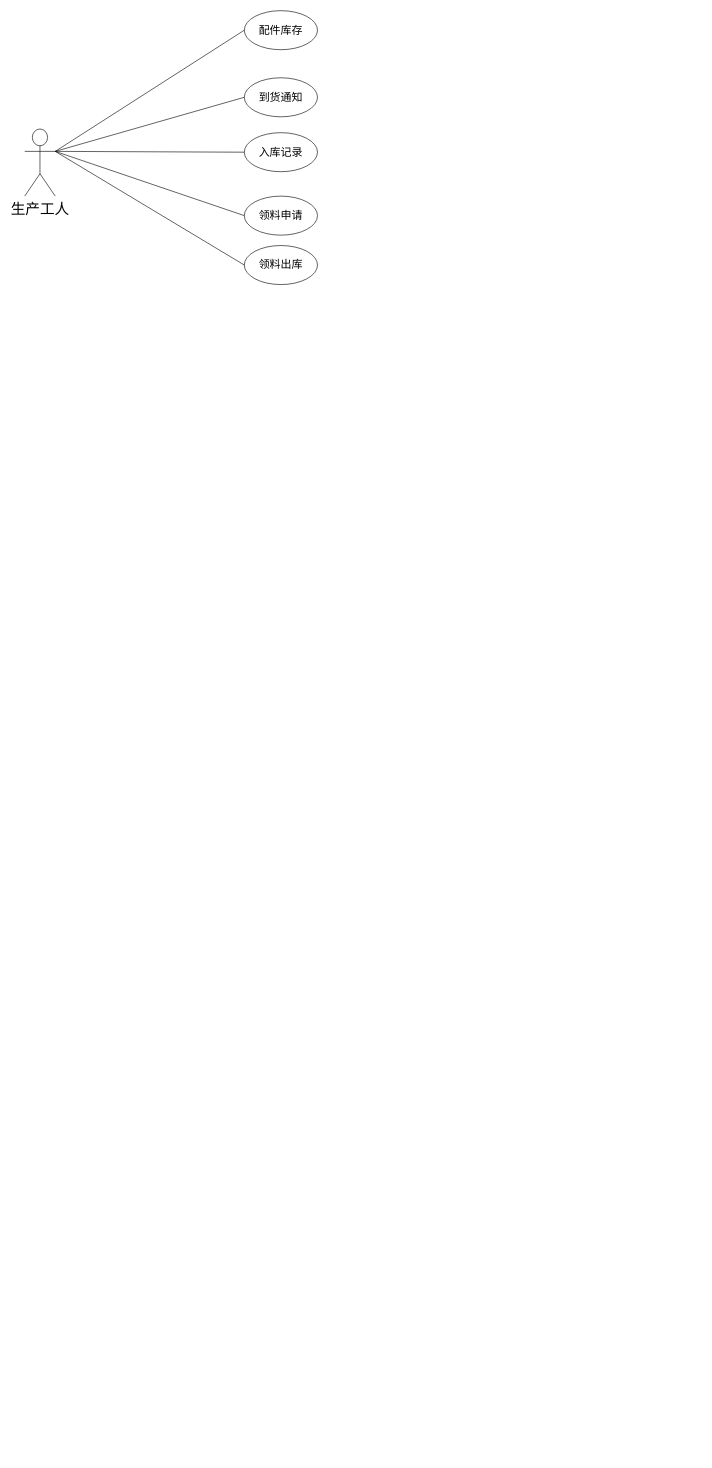
000Ljx/Endorphins keeps this draw.io diagram as 用例图.drawio. Above is the earlier version. Source tidied: cells renumbered, new cells numbered last; positions are measured from the earlier drawing's top-left corner, leaving out a move shared by most shapes. Both pictures are drawn from the tidied source at 61%, with x=0, y=0 at pixel (24, 10).
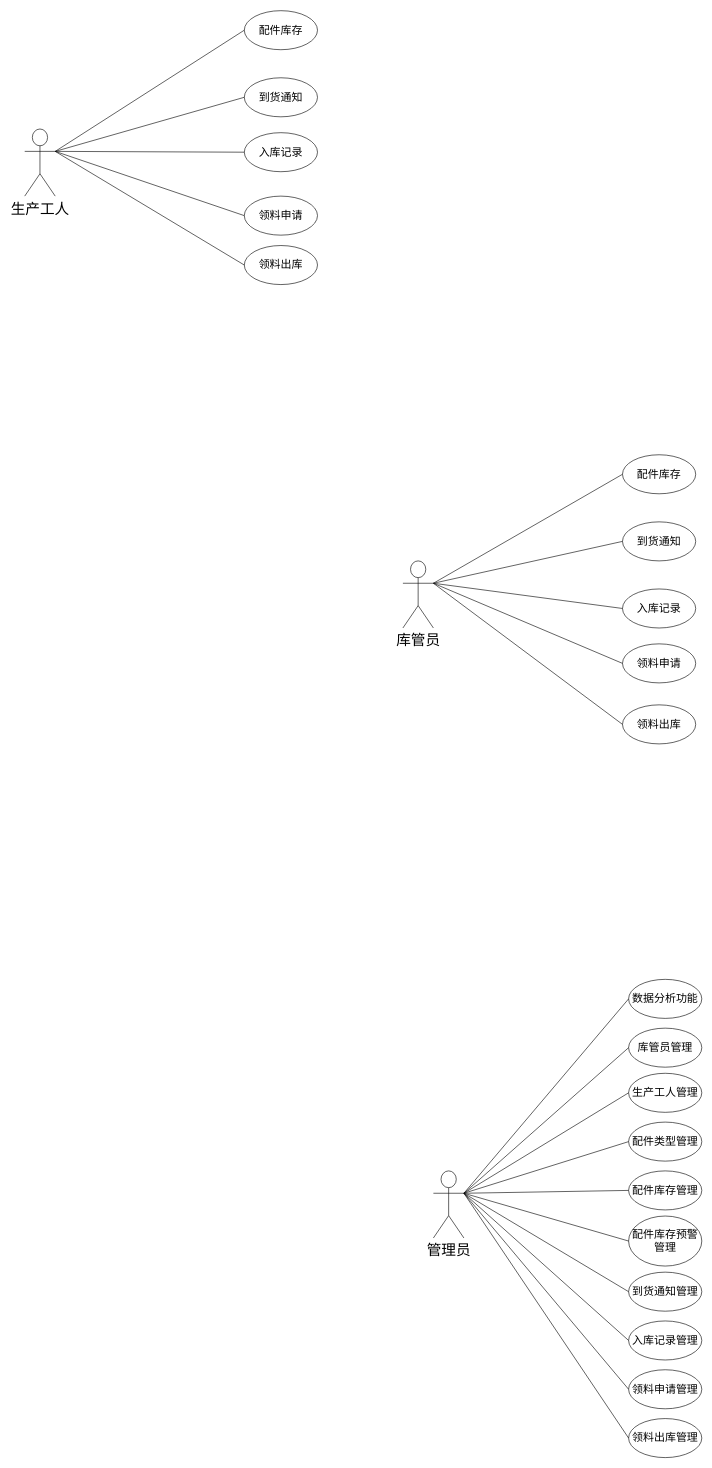
The same page after the edit.

Commit message (it also covers changes not shown here):
更新用例图.drawio

Diff of the diagram source:
```diff
@@
+    <mxCell id="13" value="&lt;font style=&quot;font-size: 24px;&quot;&gt;管理员&lt;/font&gt;" style="shape=umlActor;verticalLabelPosition=bottom;verticalAlign=top;html=1;outlineConnect=0;" parent="1" vertex="1">
+      <mxGeometry x="670" y="1902" width="50" height="110" as="geometry" />
+    </mxCell>
+    <mxCell id="14" value="&lt;font style=&quot;font-size: 18px;&quot;&gt;数据分析功能&lt;/font&gt;" style="ellipse;whiteSpace=wrap;html=1;" parent="1" vertex="1">
+      <mxGeometry x="990" y="1588" width="120" height="64" as="geometry" />
+    </mxCell>
+    <mxCell id="15" value="&lt;font style=&quot;font-size: 18px;&quot;&gt;库管员管理&lt;/font&gt;" style="ellipse;whiteSpace=wrap;html=1;" parent="1" vertex="1">
+      <mxGeometry x="990" y="1668" width="120" height="64" as="geometry" />
+    </mxCell>
+    <mxCell id="16" value="&lt;font style=&quot;font-size: 18px;&quot;&gt;生产工人管理&lt;/font&gt;" style="ellipse;whiteSpace=wrap;html=1;" parent="1" vertex="1">
+      <mxGeometry x="990" y="1742" width="120" height="64" as="geometry" />
+    </mxCell>
+    <mxCell id="17" value="&lt;font style=&quot;font-size: 18px;&quot;&gt;配件类型管理&lt;/font&gt;" style="ellipse;whiteSpace=wrap;html=1;" parent="1" vertex="1">
+      <mxGeometry x="990" y="1822" width="120" height="64" as="geometry" />
+    </mxCell>
+    <mxCell id="18" value="&lt;font style=&quot;font-size: 18px;&quot;&gt;配件库存管理&lt;/font&gt;" style="ellipse;whiteSpace=wrap;html=1;" parent="1" vertex="1">
+      <mxGeometry x="990" y="1902" width="120" height="64" as="geometry" />
+    </mxCell>
+    <mxCell id="19" value="&lt;font style=&quot;font-size: 18px;&quot;&gt;配件库存预警管理&lt;/font&gt;" style="ellipse;whiteSpace=wrap;html=1;" parent="1" vertex="1">
+      <mxGeometry x="990" y="1976" width="120" height="82" as="geometry" />
+    </mxCell>
+    <mxCell id="20" value="&lt;font style=&quot;font-size: 18px;&quot;&gt;到货通知管理&lt;/font&gt;" style="ellipse;whiteSpace=wrap;html=1;" parent="1" vertex="1">
+      <mxGeometry x="990" y="2068" width="120" height="64" as="geometry" />
+    </mxCell>
+    <mxCell id="21" value="&lt;font style=&quot;font-size: 18px;&quot;&gt;入库记录管理&lt;/font&gt;" style="ellipse;whiteSpace=wrap;html=1;" parent="1" vertex="1">
+      <mxGeometry x="990" y="2148" width="120" height="64" as="geometry" />
+    </mxCell>
+    <mxCell id="22" value="&lt;font style=&quot;font-size: 18px;&quot;&gt;领料申请管理&lt;/font&gt;" style="ellipse;whiteSpace=wrap;html=1;" parent="1" vertex="1">
+      <mxGeometry x="990" y="2228" width="120" height="64" as="geometry" />
+    </mxCell>
+    <mxCell id="23" value="&lt;font style=&quot;font-size: 18px;&quot;&gt;领料出库管理&lt;/font&gt;" style="ellipse;whiteSpace=wrap;html=1;" parent="1" vertex="1">
+      <mxGeometry x="990" y="2308" width="120" height="64" as="geometry" />
+    </mxCell>
+    <mxCell id="24" style="endArrow=none;html=1;rounded=0;exitX=1;exitY=0.3333333333333333;exitDx=0;exitDy=0;exitPerimeter=0;entryX=0;entryY=0.5;entryDx=0;entryDy=0;" parent="1" edge="1" source="13" target="14">
+      <mxGeometry relative="1" as="geometry" />
+    </mxCell>
+    <mxCell id="25" style="endArrow=none;html=1;rounded=0;exitX=1;exitY=0.3333333333333333;exitDx=0;exitDy=0;exitPerimeter=0;entryX=0;entryY=0.5;entryDx=0;entryDy=0;" parent="1" edge="1" source="13" target="15">
+      <mxGeometry relative="1" as="geometry" />
+    </mxCell>
+    <mxCell id="26" style="endArrow=none;html=1;rounded=0;exitX=1;exitY=0.3333333333333333;exitDx=0;exitDy=0;exitPerimeter=0;entryX=0;entryY=0.5;entryDx=0;entryDy=0;" parent="1" edge="1" source="13" target="16">
+      <mxGeometry relative="1" as="geometry" />
+    </mxCell>
+    <mxCell id="27" style="endArrow=none;html=1;rounded=0;exitX=1;exitY=0.3333333333333333;exitDx=0;exitDy=0;exitPerimeter=0;entryX=0;entryY=0.5;entryDx=0;entryDy=0;" parent="1" edge="1" source="13" target="17">
+      <mxGeometry relative="1" as="geometry" />
+    </mxCell>
+    <mxCell id="28" style="endArrow=none;html=1;rounded=0;exitX=1;exitY=0.3333333333333333;exitDx=0;exitDy=0;exitPerimeter=0;entryX=0;entryY=0.5;entryDx=0;entryDy=0;" parent="1" edge="1" source="13" target="18">
+      <mxGeometry relative="1" as="geometry" />
+    </mxCell>
+    <mxCell id="29" style="endArrow=none;html=1;rounded=0;exitX=1;exitY=0.3333333333333333;exitDx=0;exitDy=0;exitPerimeter=0;entryX=0;entryY=0.5;entryDx=0;entryDy=0;" parent="1" edge="1" source="13" target="19">
+      <mxGeometry relative="1" as="geometry" />
+    </mxCell>
+    <mxCell id="30" style="endArrow=none;html=1;rounded=0;exitX=1;exitY=0.3333333333333333;exitDx=0;exitDy=0;exitPerimeter=0;entryX=0;entryY=0.5;entryDx=0;entryDy=0;" parent="1" edge="1" source="13" target="20">
+      <mxGeometry relative="1" as="geometry" />
+    </mxCell>
+    <mxCell id="31" style="endArrow=none;html=1;rounded=0;entryX=0;entryY=0.5;entryDx=0;entryDy=0;exitX=1;exitY=0.3333333333333333;exitDx=0;exitDy=0;exitPerimeter=0;" parent="1" edge="1" source="13" target="21">
+      <mxGeometry relative="1" as="geometry" />
+    </mxCell>
+    <mxCell id="32" style="endArrow=none;html=1;rounded=0;entryX=0;entryY=0.5;entryDx=0;entryDy=0;exitX=1;exitY=0.3333333333333333;exitDx=0;exitDy=0;exitPerimeter=0;" parent="1" edge="1" source="13" target="22">
+      <mxGeometry relative="1" as="geometry" />
+    </mxCell>
+    <mxCell id="33" style="endArrow=none;html=1;rounded=0;entryX=0;entryY=0.5;entryDx=0;entryDy=0;exitX=1;exitY=0.3333333333333333;exitDx=0;exitDy=0;exitPerimeter=0;" parent="1" edge="1" source="13" target="23">
+      <mxGeometry relative="1" as="geometry" />
+    </mxCell>
+    <mxCell id="34" value="&lt;span style=&quot;font-size: 24px;&quot;&gt;库管员&lt;/span&gt;" style="shape=umlActor;verticalLabelPosition=bottom;verticalAlign=top;html=1;outlineConnect=0;" parent="1" vertex="1">
+      <mxGeometry x="620" y="902" width="50" height="110" as="geometry" />
+    </mxCell>
+    <mxCell id="35" value="&lt;font style=&quot;font-size: 18px;&quot;&gt;配件库存&lt;/font&gt;" style="ellipse;whiteSpace=wrap;html=1;" parent="1" vertex="1">
+      <mxGeometry x="980" y="728" width="120" height="64" as="geometry" />
+    </mxCell>
+    <mxCell id="36" value="&lt;font style=&quot;font-size: 18px;&quot;&gt;到货通知&lt;/font&gt;" style="ellipse;whiteSpace=wrap;html=1;" parent="1" vertex="1">
+      <mxGeometry x="980" y="838" width="120" height="64" as="geometry" />
+    </mxCell>
+    <mxCell id="37" value="&lt;font style=&quot;font-size: 18px;&quot;&gt;入库记录&lt;/font&gt;" style="ellipse;whiteSpace=wrap;html=1;" parent="1" vertex="1">
+      <mxGeometry x="980" y="948" width="120" height="64" as="geometry" />
+    </mxCell>
+    <mxCell id="38" value="&lt;font style=&quot;font-size: 18px;&quot;&gt;领料申请&lt;/font&gt;" style="ellipse;whiteSpace=wrap;html=1;" parent="1" vertex="1">
+      <mxGeometry x="980" y="1038" width="120" height="64" as="geometry" />
+    </mxCell>
+    <mxCell id="39" value="&lt;font style=&quot;font-size: 18px;&quot;&gt;领料出库&lt;/font&gt;" style="ellipse;whiteSpace=wrap;html=1;" parent="1" vertex="1">
+      <mxGeometry x="980" y="1138" width="120" height="64" as="geometry" />
+    </mxCell>
+    <mxCell id="40" style="endArrow=none;html=1;rounded=0;exitX=1;exitY=0.3333333333333333;exitDx=0;exitDy=0;exitPerimeter=0;entryX=0;entryY=0.5;entryDx=0;entryDy=0;" parent="1" edge="1" source="34" target="35">
+      <mxGeometry relative="1" as="geometry" />
+    </mxCell>
+    <mxCell id="41" style="endArrow=none;html=1;rounded=0;exitX=1;exitY=0.3333333333333333;exitDx=0;exitDy=0;exitPerimeter=0;entryX=0;entryY=0.5;entryDx=0;entryDy=0;" parent="1" edge="1" source="34" target="36">
+      <mxGeometry relative="1" as="geometry" />
+    </mxCell>
+    <mxCell id="42" style="endArrow=none;html=1;rounded=0;entryX=0;entryY=0.5;entryDx=0;entryDy=0;exitX=1;exitY=0.3333333333333333;exitDx=0;exitDy=0;exitPerimeter=0;" parent="1" edge="1" source="34" target="37">
+      <mxGeometry relative="1" as="geometry" />
+    </mxCell>
+    <mxCell id="43" style="endArrow=none;html=1;rounded=0;entryX=0;entryY=0.5;entryDx=0;entryDy=0;exitX=1;exitY=0.3333333333333333;exitDx=0;exitDy=0;exitPerimeter=0;" parent="1" edge="1" source="34" target="38">
+      <mxGeometry relative="1" as="geometry" />
+    </mxCell>
+    <mxCell id="44" style="endArrow=none;html=1;rounded=0;entryX=0;entryY=0.5;entryDx=0;entryDy=0;exitX=1;exitY=0.3333333333333333;exitDx=0;exitDy=0;exitPerimeter=0;" parent="1" edge="1" source="34" target="39">
+      <mxGeometry relative="1" as="geometry" />
+    </mxCell>
```
